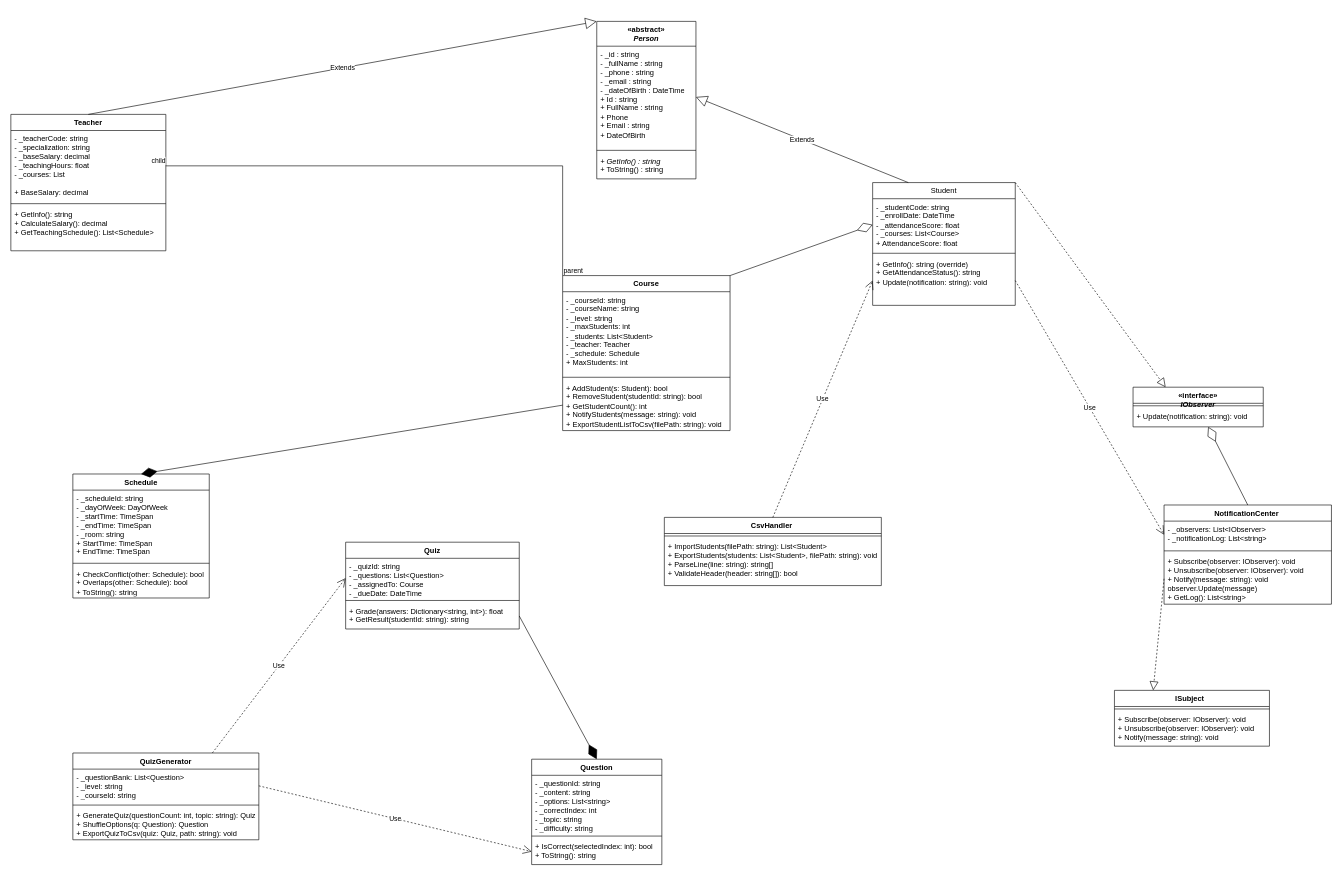
Earlier version of the draw.io diagram Class_Diagram_QL_TrungTam_TA.drawio (ngocyen06/OOP_QL_Trung_tam_Tieng_Anh). Source tidied: cells renumbered, new cells numbered last; positions are measured from the earlier drawing's top-left corner, leaving out a move shared by most shapes. Both pictures are drawn from the tidied source at 62%, with x=0, y=0 at pixel (11, 21).
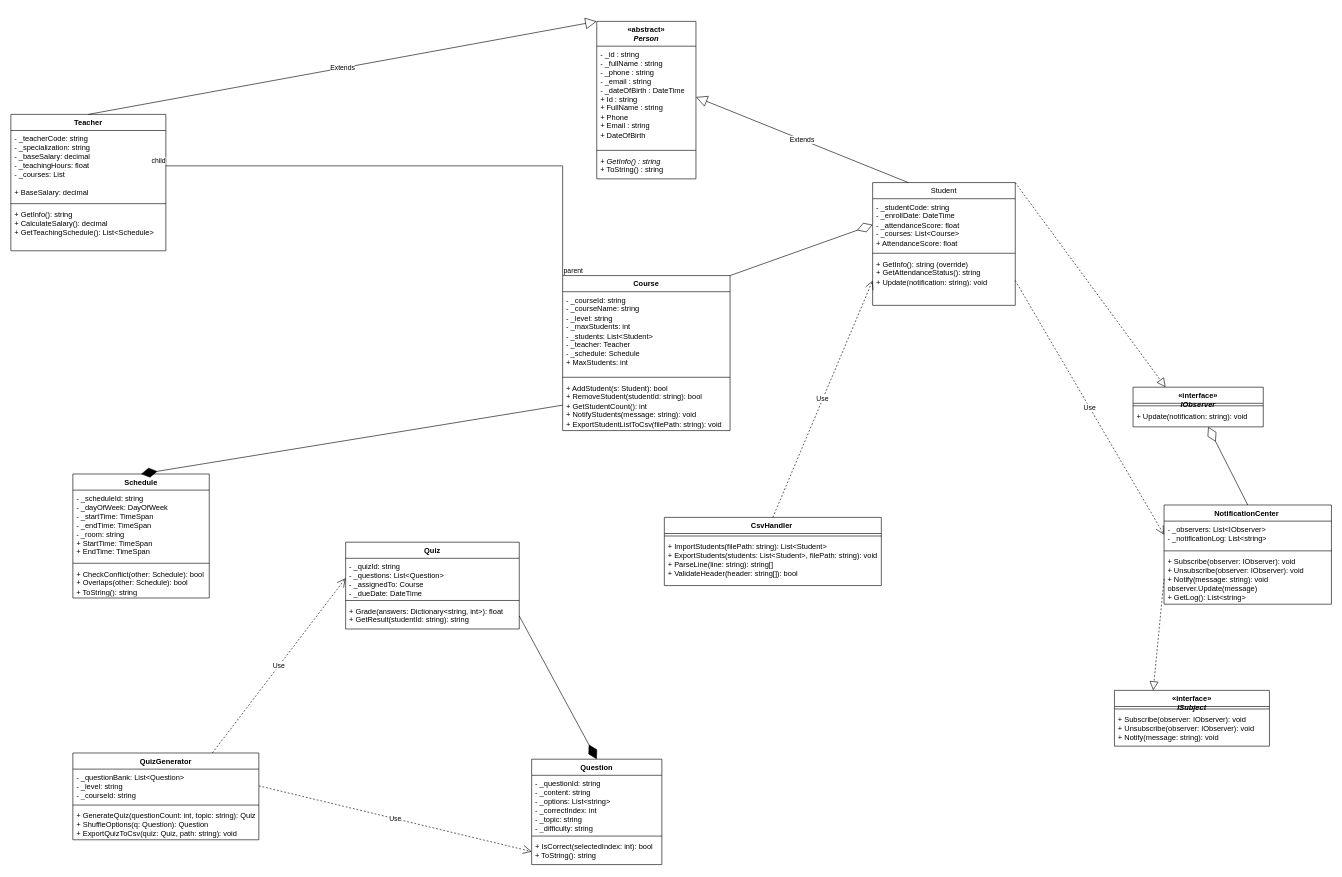
Above is the later version.

Commit message:
Update ISubject interface representation in diagram

Change to the diagram source:
```diff
@@
-    <mxCell id="20" value="ISubject&amp;nbsp;&amp;nbsp;" style="swimlane;fontStyle=1;align=center;verticalAlign=top;horizontal=1;startSize=26;whiteSpace=wrap;html=1;" parent="1" vertex="1">
+    <mxCell id="20" value="&lt;div&gt;«interface»&lt;/div&gt;&lt;i&gt;ISubject&lt;/i&gt;" style="swimlane;fontStyle=1;align=center;verticalAlign=top;horizontal=1;startSize=26;whiteSpace=wrap;html=1;" parent="1" vertex="1">
       <mxGeometry x="1780" y="1079" width="250" height="90" as="geometry" />
     </mxCell>
```
